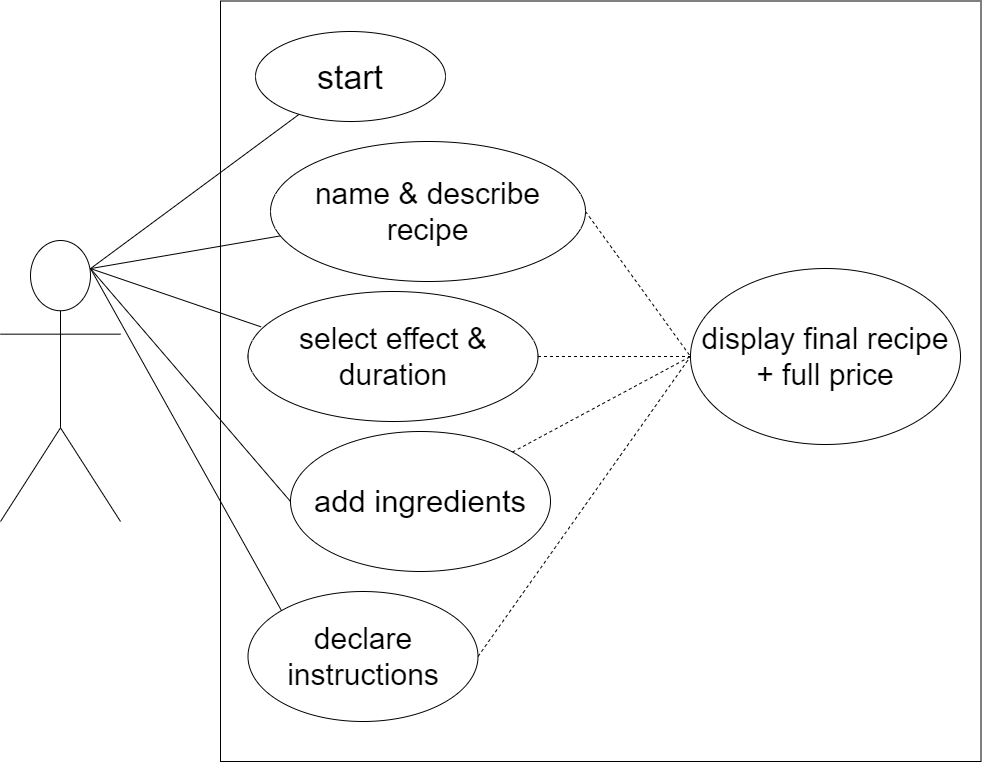
The draw.io diagram Task_L03/use_case_Diagram.png in breitjacqueline/EIA2, before a commit. Source tidied: cells renumbered, new cells last; positions are measured from the earlier drawing's top-left corner, leaving out a move shared by most shapes.
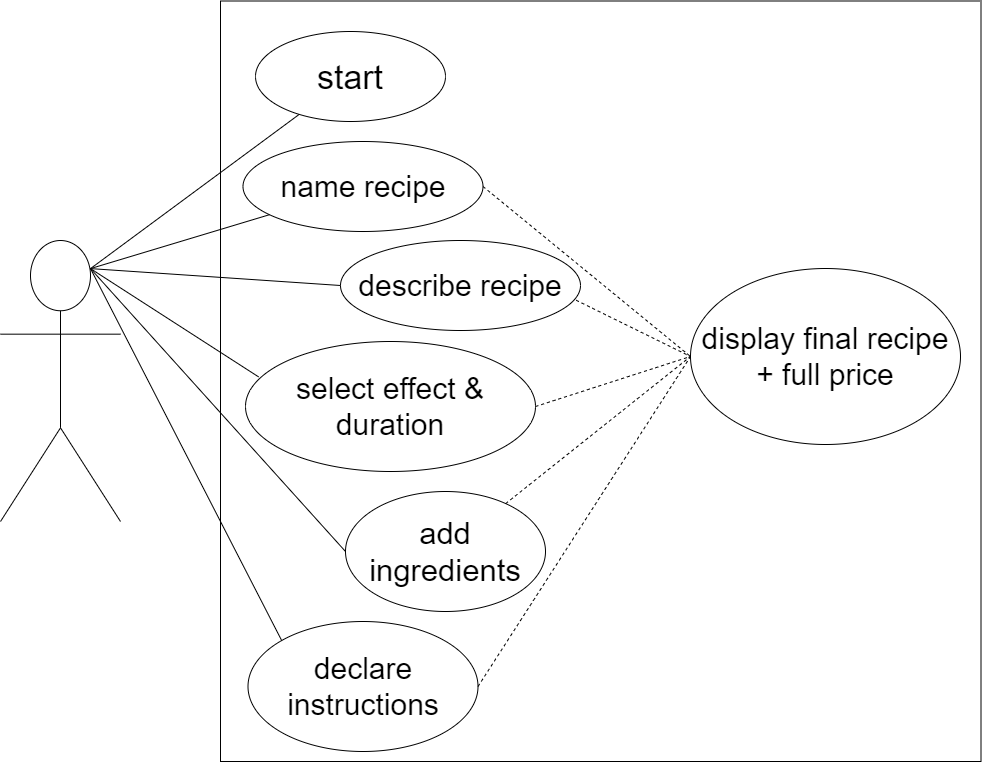
Above is the later version.

What changed in the source:
```diff
@@ -11,17 +11,17 @@
     <mxCell id="4" value="&lt;font style=&quot;font-size: 34px&quot;&gt;start&lt;/font&gt;" style="ellipse;whiteSpace=wrap;html=1;glass=0;" parent="1" vertex="1">
       <mxGeometry x="255" y="30" width="190" height="90" as="geometry" />
     </mxCell>
-    <mxCell id="5" value="&lt;font style=&quot;font-size: 30px&quot;&gt;name &amp;amp; describe recipe&lt;/font&gt;" style="ellipse;whiteSpace=wrap;html=1;glass=0;" parent="1" vertex="1">
-      <mxGeometry x="270" y="140" width="315" height="140" as="geometry" />
+    <mxCell id="5" value="&lt;font style=&quot;font-size: 30px&quot;&gt;name recipe&lt;/font&gt;" style="ellipse;whiteSpace=wrap;html=1;glass=0;" parent="1" vertex="1">
+      <mxGeometry x="242.5" y="140" width="240" height="90" as="geometry" />
     </mxCell>
     <mxCell id="6" value="&lt;font style=&quot;font-size: 30px&quot;&gt;select effect &amp;amp; duration&lt;/font&gt;" style="ellipse;whiteSpace=wrap;html=1;glass=0;" parent="1" vertex="1">
-      <mxGeometry x="247.5" y="290" width="290" height="130" as="geometry" />
+      <mxGeometry x="245" y="340" width="290" height="130" as="geometry" />
     </mxCell>
     <mxCell id="7" value="&lt;font style=&quot;font-size: 31px&quot;&gt;add ingredients&lt;/font&gt;" style="ellipse;whiteSpace=wrap;html=1;glass=0;" parent="1" vertex="1">
-      <mxGeometry x="290" y="430" width="260" height="140" as="geometry" />
+      <mxGeometry x="345" y="490" width="200" height="120" as="geometry" />
     </mxCell>
     <mxCell id="8" value="&lt;font style=&quot;font-size: 30px&quot;&gt;declare instructions&lt;/font&gt;" style="ellipse;whiteSpace=wrap;html=1;glass=0;" parent="1" vertex="1">
-      <mxGeometry x="247.5" y="590" width="230" height="130" as="geometry" />
+      <mxGeometry x="247.5" y="620" width="230" height="130" as="geometry" />
     </mxCell>
     <mxCell id="9" style="endArrow=none;html=1;exitX=0.75;exitY=0.1;exitDx=0;exitDy=0;exitPerimeter=0;" parent="1" edge="1" source="2" target="4">
       <mxGeometry relative="1" as="geometry" />
@@ -53,5 +53,14 @@
     <mxCell id="18" style="endArrow=none;dashed=1;html=1;entryX=0;entryY=0.5;entryDx=0;entryDy=0;exitX=1;exitY=0.5;exitDx=0;exitDy=0;" parent="1" edge="1" source="8" target="14">
       <mxGeometry relative="1" as="geometry" />
     </mxCell>
+    <mxCell id="19" value="&lt;font style=&quot;font-size: 30px&quot;&gt;describe recipe&lt;/font&gt;" style="ellipse;whiteSpace=wrap;html=1;glass=0;" parent="1" vertex="1">
+      <mxGeometry x="340" y="239" width="240" height="90" as="geometry" />
+    </mxCell>
+    <mxCell id="20" style="endArrow=none;html=1;exitX=0.75;exitY=0.1;exitDx=0;exitDy=0;exitPerimeter=0;entryX=0;entryY=0.5;entryDx=0;entryDy=0;" parent="1" edge="1" source="2" target="19">
+      <mxGeometry relative="1" as="geometry" />
+    </mxCell>
+    <mxCell id="21" style="endArrow=none;dashed=1;html=1;entryX=0;entryY=0.5;entryDx=0;entryDy=0;exitX=0.982;exitY=0.664;exitDx=0;exitDy=0;exitPerimeter=0;" parent="1" edge="1" source="19" target="14">
+      <mxGeometry relative="1" as="geometry" />
+    </mxCell>
   </root>
 </mxGraphModel>
```
